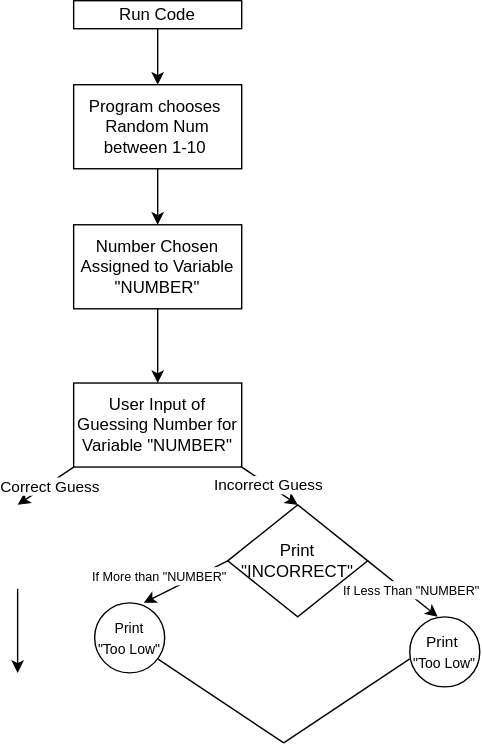
Before: FLowCHart Diagram.drawio.svg, a diagram exported from draw.io (BrightKage/BrightKage.github.io). Source tidied: cells renumbered, new cells last; positions are measured from the earlier drawing's top-left corner, leaving out a move shared by most shapes.
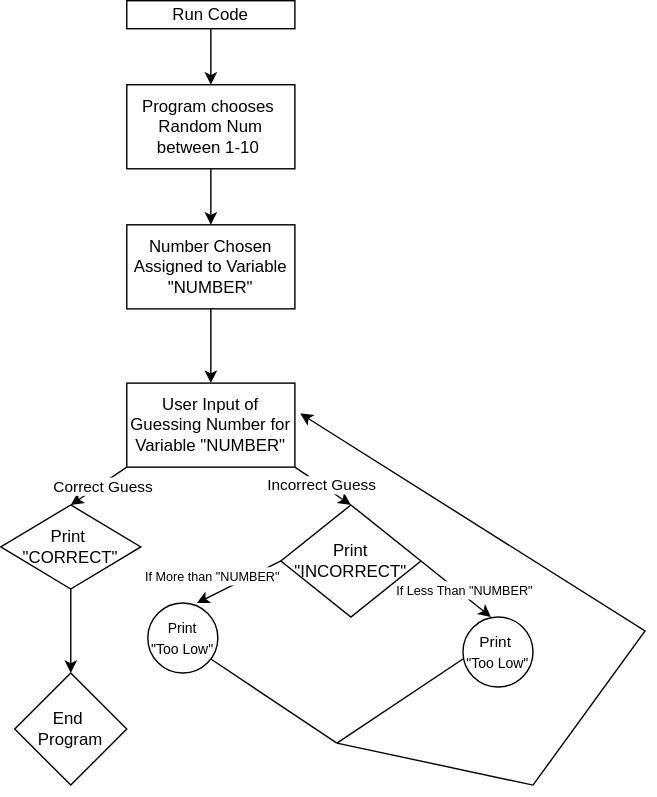
The same diagram one commit later.

What changed in the source:
```diff
@@ -8,62 +8,67 @@
     <mxCell id="3" value="User Input of Guessing Number for Variable &quot;NUMBER&quot;" style="rounded=0;whiteSpace=wrap;html=1;" parent="1" vertex="1">
       <mxGeometry x="40" y="273" width="120" height="60" as="geometry" />
     </mxCell>
-    <mxCell id="4" style="endArrow=classic;html=1;rounded=0;" parent="1" edge="1">
-      <mxGeometry relative="1" as="geometry">
-        <mxPoint x="40" y="333" as="sourcePoint" />
-        <mxPoint y="360" as="targetPoint" />
-      </mxGeometry>
-    </mxCell>
+    <mxCell id="23" style="endArrow=classic;html=1;rounded=0;" parent="1" edge="1">
+      <mxGeometry relative="1" as="geometry">
+        <mxPoint x="40" y="333" as="sourcePoint" />
+        <mxPoint y="360" as="targetPoint" />
+      </mxGeometry>
+    </mxCell>
-    <mxCell id="5" value="Correct Guess" style="edgeLabel;html=1;align=center;verticalAlign=middle;" parent="4" vertex="1">
+    <mxCell id="5" value="Correct Guess" style="edgeLabel;html=1;align=center;verticalAlign=middle;" parent="23" vertex="1">
       <mxGeometry x="-0.1" y="1" relative="1" as="geometry" />
     </mxCell>
-    <mxCell id="6" style="endArrow=classic;html=1;rounded=0;" parent="1" edge="1">
-      <mxGeometry relative="1" as="geometry">
-        <mxPoint x="160" y="333" as="sourcePoint" />
-        <mxPoint x="200" y="360" as="targetPoint" />
-      </mxGeometry>
-    </mxCell>
+    <mxCell id="24" style="endArrow=classic;html=1;rounded=0;" parent="1" edge="1">
+      <mxGeometry relative="1" as="geometry">
+        <mxPoint x="160" y="333" as="sourcePoint" />
+        <mxPoint x="200" y="360" as="targetPoint" />
+      </mxGeometry>
+    </mxCell>
-    <mxCell id="7" value="Incorrect Guess" style="edgeLabel;html=1;align=center;verticalAlign=middle;" parent="6" vertex="1">
+    <mxCell id="7" value="Incorrect Guess" style="edgeLabel;html=1;align=center;verticalAlign=middle;" parent="24" vertex="1">
       <mxGeometry x="-0.1" relative="1" as="geometry" />
     </mxCell>
+    <mxCell id="25" value="Print&amp;nbsp;&lt;div&gt;&quot;CORRECT&quot;&lt;/div&gt;" style="rhombus;whiteSpace=wrap;html=1;" parent="1" vertex="1">
+      <mxGeometry x="-50" y="360" width="100" height="60" as="geometry" />
+    </mxCell>
     <mxCell id="8" value="Print&lt;div&gt;&quot;INCORRECT&quot;&lt;/div&gt;" style="rhombus;whiteSpace=wrap;html=1;" parent="1" vertex="1">
       <mxGeometry x="150" y="360" width="100" height="80" as="geometry" />
     </mxCell>
     <mxCell id="9" value="Number Chosen Assigned to Variable&lt;div&gt;&quot;NUMBER&quot;&lt;/div&gt;" style="rounded=0;whiteSpace=wrap;html=1;" parent="1" vertex="1">
       <mxGeometry x="40" y="160" width="120" height="60" as="geometry" />
     </mxCell>
-    <mxCell id="10" style="endArrow=classic;html=1;rounded=0;" parent="1" edge="1" target="3">
-      <mxGeometry relative="1" as="geometry">
-        <mxPoint x="100" y="220" as="sourcePoint" />
-      </mxGeometry>
-    </mxCell>
-    <mxCell id="11" style="endArrow=classic;html=1;rounded=0;" parent="1" edge="1" target="9">
-      <mxGeometry relative="1" as="geometry">
-        <mxPoint x="100" y="120" as="sourcePoint" />
-      </mxGeometry>
-    </mxCell>
-    <mxCell id="12" style="endArrow=classic;html=1;rounded=0;exitX=0.5;exitY=1;exitDx=0;exitDy=0;" parent="1" edge="1">
-      <mxGeometry relative="1" as="geometry">
-        <mxPoint y="420" as="sourcePoint" />
-        <mxPoint y="480" as="targetPoint" />
-      </mxGeometry>
-    </mxCell>
-    <mxCell id="13" style="endArrow=classic;html=1;rounded=0;exitX=0;exitY=0.5;exitDx=0;exitDy=0;" parent="1" edge="1" source="8">
-      <mxGeometry relative="1" as="geometry">
-        <mxPoint x="90" y="430" as="targetPoint" />
-      </mxGeometry>
-    </mxCell>
+    <mxCell id="26" style="endArrow=classic;html=1;rounded=0;" parent="1" edge="1" target="3">
+      <mxGeometry relative="1" as="geometry">
+        <mxPoint x="100" y="220" as="sourcePoint" />
+      </mxGeometry>
+    </mxCell>
+    <mxCell id="27" style="endArrow=classic;html=1;rounded=0;" parent="1" edge="1" target="9">
+      <mxGeometry relative="1" as="geometry">
+        <mxPoint x="100" y="120" as="sourcePoint" />
+      </mxGeometry>
+    </mxCell>
+    <mxCell id="28" style="endArrow=classic;html=1;rounded=0;exitX=0.5;exitY=1;exitDx=0;exitDy=0;" parent="1" edge="1" source="25">
+      <mxGeometry relative="1" as="geometry">
+        <mxPoint y="480" as="targetPoint" />
+      </mxGeometry>
+    </mxCell>
+    <mxCell id="29" value="End&amp;nbsp;&lt;div&gt;Program&lt;/div&gt;" style="rhombus;whiteSpace=wrap;html=1;" parent="1" vertex="1">
+      <mxGeometry x="-40" y="480" width="80" height="80" as="geometry" />
+    </mxCell>
+    <mxCell id="30" style="endArrow=classic;html=1;rounded=0;exitX=0;exitY=0.5;exitDx=0;exitDy=0;" parent="1" edge="1" source="8">
+      <mxGeometry relative="1" as="geometry">
+        <mxPoint x="90" y="430" as="targetPoint" />
+      </mxGeometry>
+    </mxCell>
-    <mxCell id="14" value="&lt;font style=&quot;font-size: 9px;&quot;&gt;If More than &quot;NUMBER&quot;&lt;/font&gt;" style="edgeLabel;html=1;align=center;verticalAlign=middle;" parent="13" vertex="1">
+    <mxCell id="14" value="&lt;font style=&quot;font-size: 9px;&quot;&gt;If More than &quot;NUMBER&quot;&lt;/font&gt;" style="edgeLabel;html=1;align=center;verticalAlign=middle;" parent="30" vertex="1">
       <mxGeometry x="-0.16" y="-2" relative="1" as="geometry">
         <mxPoint x="-24" as="offset" />
       </mxGeometry>
     </mxCell>
-    <mxCell id="15" style="endArrow=classic;html=1;rounded=0;exitX=1;exitY=0.5;exitDx=0;exitDy=0;" parent="1" edge="1" source="8">
-      <mxGeometry relative="1" as="geometry">
-        <mxPoint x="300" y="440" as="targetPoint" />
-      </mxGeometry>
-    </mxCell>
+    <mxCell id="31" style="endArrow=classic;html=1;rounded=0;exitX=1;exitY=0.5;exitDx=0;exitDy=0;" parent="1" edge="1" source="8">
+      <mxGeometry relative="1" as="geometry">
+        <mxPoint x="300" y="440" as="targetPoint" />
+      </mxGeometry>
+    </mxCell>
-    <mxCell id="16" value="&lt;font style=&quot;font-size: 9px;&quot;&gt;If Less Than &quot;NUMBER&quot;&lt;/font&gt;" style="edgeLabel;html=1;align=center;verticalAlign=middle;" parent="15" vertex="1">
+    <mxCell id="16" value="&lt;font style=&quot;font-size: 9px;&quot;&gt;If Less Than &quot;NUMBER&quot;&lt;/font&gt;" style="edgeLabel;html=1;align=center;verticalAlign=middle;" parent="31" vertex="1">
       <mxGeometry x="-0.14" relative="1" as="geometry">
         <mxPoint x="9" y="3" as="offset" />
       </mxGeometry>
@@ -74,25 +79,34 @@
     <mxCell id="18" value="&lt;font style=&quot;font-size: 11px;&quot;&gt;Print&amp;nbsp;&lt;/font&gt;&lt;div&gt;&lt;span style=&quot;background-color: initial;&quot;&gt;&lt;font style=&quot;font-size: 10px;&quot;&gt;&quot;Too Low&quot;&lt;/font&gt;&lt;/span&gt;&lt;/div&gt;" style="ellipse;whiteSpace=wrap;html=1;" parent="1" vertex="1">
       <mxGeometry x="280" y="440" width="50" height="50" as="geometry" />
     </mxCell>
-    <mxCell id="19" style="endArrow=none;html=1;rounded=0;" parent="1" edge="1">
-      <mxGeometry relative="1" as="geometry">
-        <mxPoint x="190" y="530" as="sourcePoint" />
-        <mxPoint x="280" y="470" as="targetPoint" />
-      </mxGeometry>
-    </mxCell>
-    <mxCell id="20" style="endArrow=none;html=1;rounded=0;" parent="1" edge="1">
-      <mxGeometry relative="1" as="geometry">
-        <mxPoint x="190" y="530" as="sourcePoint" />
-        <mxPoint x="100" y="470" as="targetPoint" />
-      </mxGeometry>
-    </mxCell>
+    <mxCell id="32" style="endArrow=none;html=1;rounded=0;" parent="1" edge="1">
+      <mxGeometry relative="1" as="geometry">
+        <mxPoint x="190" y="530" as="sourcePoint" />
+        <mxPoint x="280" y="470" as="targetPoint" />
+      </mxGeometry>
+    </mxCell>
+    <mxCell id="33" style="endArrow=none;html=1;rounded=0;" parent="1" edge="1">
+      <mxGeometry relative="1" as="geometry">
+        <mxPoint x="190" y="530" as="sourcePoint" />
+        <mxPoint x="100" y="470" as="targetPoint" />
+      </mxGeometry>
+    </mxCell>
+    <mxCell id="34" style="endArrow=classic;html=1;rounded=0;entryX=1.032;entryY=0.361;entryDx=0;entryDy=0;entryPerimeter=0;" parent="1" edge="1" target="3">
+      <mxGeometry relative="1" as="geometry">
+        <mxPoint x="190" y="530" as="sourcePoint" />
+        <Array as="points">
+          <mxPoint x="330" y="560" />
+          <mxPoint x="410" y="450" />
+        </Array>
+      </mxGeometry>
+    </mxCell>
     <mxCell id="21" value="Run Code" style="rounded=0;whiteSpace=wrap;html=1;" parent="1" vertex="1">
       <mxGeometry x="40" width="120" height="20" as="geometry" />
     </mxCell>
-    <mxCell id="22" style="endArrow=classic;html=1;rounded=0;entryX=0.5;entryY=0;entryDx=0;entryDy=0;" parent="1" edge="1" target="2">
-      <mxGeometry relative="1" as="geometry">
-        <mxPoint x="100" y="20" as="sourcePoint" />
-      </mxGeometry>
-    </mxCell>
+    <mxCell id="35" style="endArrow=classic;html=1;rounded=0;entryX=0.5;entryY=0;entryDx=0;entryDy=0;" parent="1" edge="1" target="2">
+      <mxGeometry relative="1" as="geometry">
+        <mxPoint x="100" y="20" as="sourcePoint" />
+      </mxGeometry>
+    </mxCell>
   </root>
 </mxGraphModel>
```
